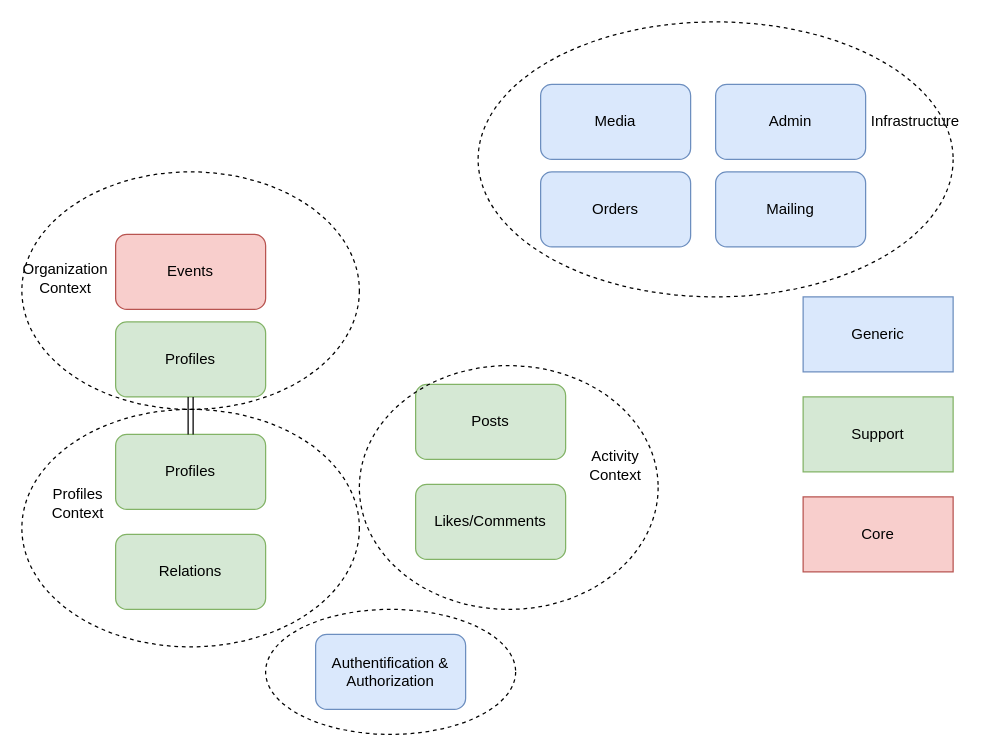
The draw.io diagram Flows.drawio in kyotoqqe/Flows, before the edit. Source tidied: cells renumbered, new cells numbered last; positions are measured from the earlier drawing's top-left corner, leaving out a move shared by most shapes. Both pictures are drawn from the tidied source at 125%, with x=0, y=0 at pixel (21, 21).
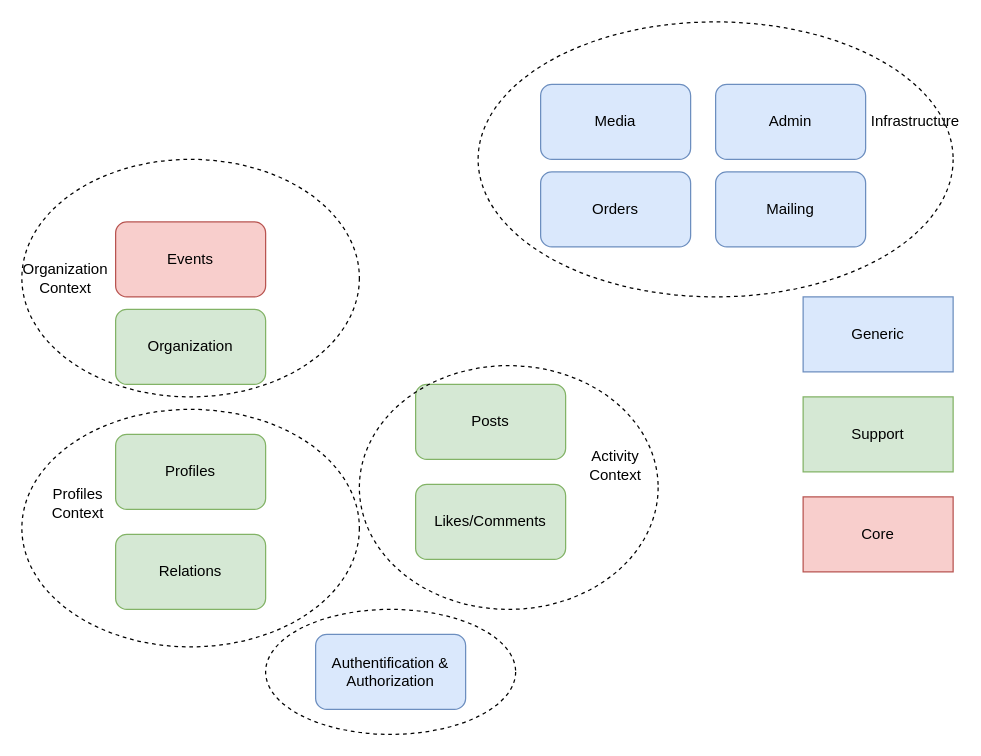
The same page after the edit.

Unchanged cells that the change refers to:
```xml
<mxCell id="5" value="Profiles" style="rounded=1;whiteSpace=wrap;html=1;fillColor=#d5e8d4;strokeColor=#82b366;" parent="1" vertex="1">
  <mxGeometry x="75" y="330" width="120" height="60" as="geometry" />
</mxCell>
```

What changed in the source:
```diff
@@
-    <mxCell id="10" value="Profiles" style="rounded=1;whiteSpace=wrap;html=1;fillColor=#d5e8d4;strokeColor=#82b366;" parent="1" vertex="1">
-      <mxGeometry x="75" y="240" width="120" height="60" as="geometry" />
+    <mxCell id="10" value="Organization" style="rounded=1;whiteSpace=wrap;html=1;fillColor=#d5e8d4;strokeColor=#82b366;" parent="1" vertex="1">
+      <mxGeometry x="75" y="230" width="120" height="60" as="geometry" />
     </mxCell>
     <mxCell id="11" value="Events" style="rounded=1;whiteSpace=wrap;html=1;fillColor=#f8cecc;strokeColor=#b85450;" parent="1" vertex="1">
-      <mxGeometry x="75" y="170" width="120" height="60" as="geometry" />
+      <mxGeometry x="75" y="160" width="120" height="60" as="geometry" />
     </mxCell>
     <mxCell id="12" style="ellipse;whiteSpace=wrap;html=1;fillColor=none;dashed=1;" parent="1" vertex="1">
-      <mxGeometry y="120" width="270" height="190" as="geometry" />
+      <mxGeometry y="110" width="270" height="190" as="geometry" />
     </mxCell>
-    <mxCell id="13" style="shape=link;html=1;rounded=0;entryX=0.5;entryY=1;entryDx=0;entryDy=0;exitX=0.5;exitY=0;exitDx=0;exitDy=0;" parent="1" edge="1" source="5" target="10">
-      <mxGeometry relative="1" as="geometry" />
-    </mxCell>
```
